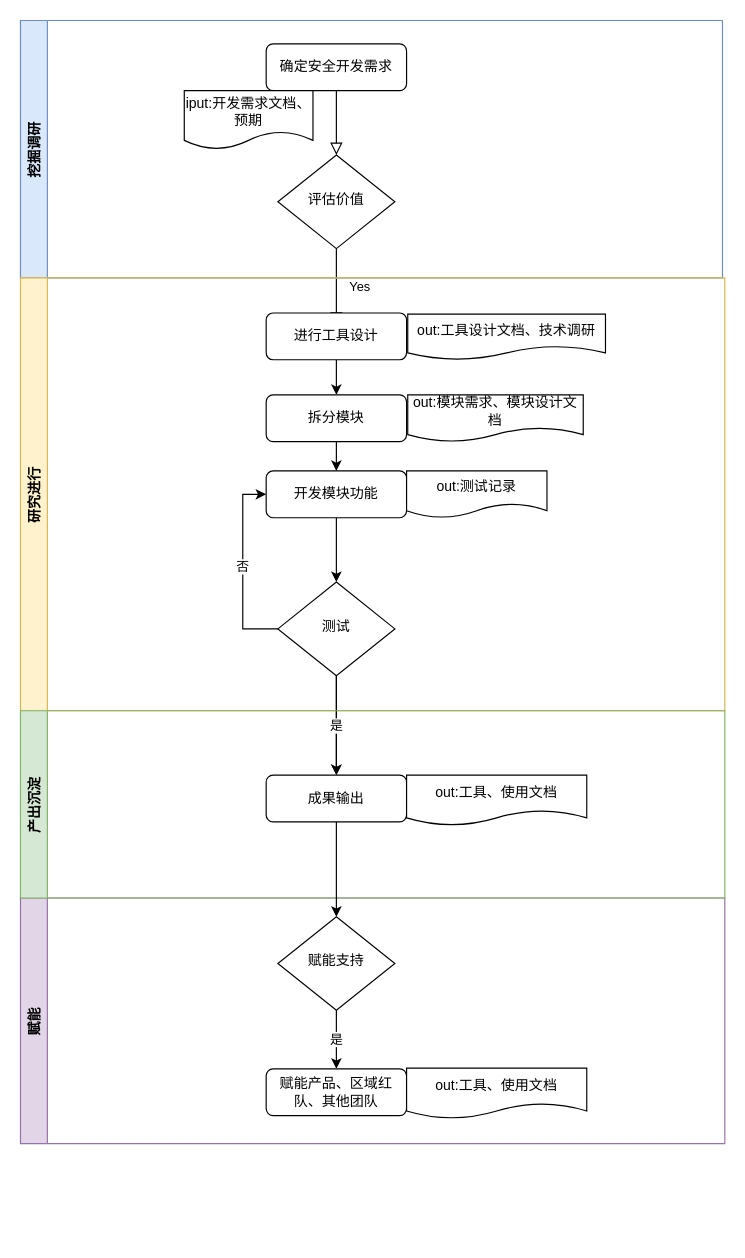
fate93930/acefile keeps this draw.io diagram as 安全工具开发.drawio. Above is the earlier version. Source tidied: cells renumbered, new cells numbered last; positions are measured from the earlier drawing's top-left corner, leaving out a move shared by most shapes. Both pictures are drawn from the tidied source at 117%, with x=0, y=0 at pixel (20, 20).
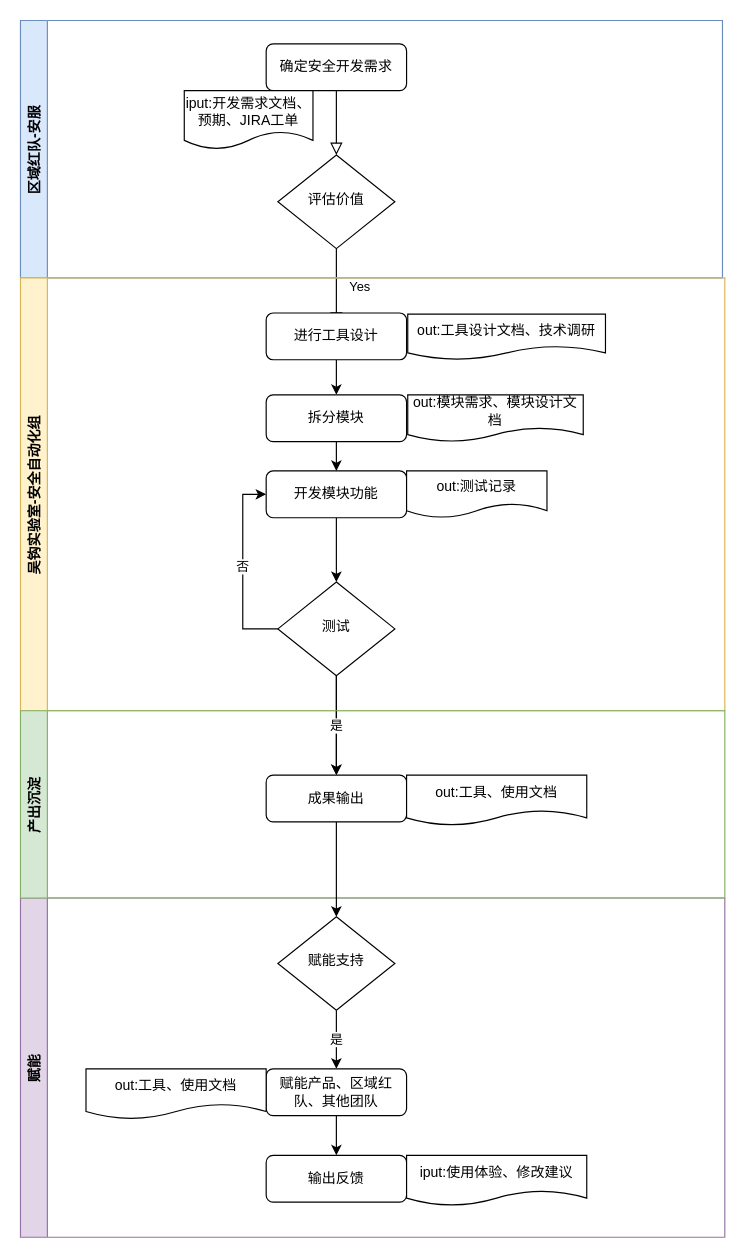
Above is the later version.

Commit message:
更新安全工具开发.drawio

Unchanged cells that the change refers to:
```xml
<mxCell id="23" value="赋能产品、区域红队、其他团队" style="rounded=1;whiteSpace=wrap;html=1;fontSize=12;glass=0;strokeWidth=1;shadow=0;verticalAlign=middle;align=center;" parent="20" vertex="1">
  <mxGeometry x="210" y="146" width="120" height="40" as="geometry" />
</mxCell>
```

The edit, as a diff of the source:
```diff
@@
-    <mxCell id="5" value="挖掘调研" style="swimlane;horizontal=0;fillColor=#dae8fc;strokeColor=#6c8ebf;verticalAlign=middle;align=center;" parent="1" vertex="1">
+    <mxCell id="5" value="区域红队-安服" style="swimlane;horizontal=0;fillColor=#dae8fc;strokeColor=#6c8ebf;verticalAlign=middle;align=center;" parent="1" vertex="1">
       <mxGeometry width="600" height="220" as="geometry" />
     </mxCell>
@@
-    <mxCell id="7" value="iput:开发需求文档、预期" style="shape=document;whiteSpace=wrap;html=1;boundedLbl=1;verticalAlign=middle;align=center;" parent="5" vertex="1">
+    <mxCell id="7" value="iput:开发需求文档、预期、JIRA工单" style="shape=document;whiteSpace=wrap;html=1;boundedLbl=1;verticalAlign=middle;align=center;" parent="5" vertex="1">
       <mxGeometry x="140" y="60" width="110" height="50" as="geometry" />
     </mxCell>
-    <mxCell id="8" value="研究进行" style="swimlane;horizontal=0;fillColor=#fff2cc;strokeColor=#d6b656;verticalAlign=middle;align=center;" parent="1" vertex="1">
+    <mxCell id="8" value="吴钩实验室-安全自动化组" style="swimlane;horizontal=0;fillColor=#fff2cc;strokeColor=#d6b656;verticalAlign=middle;align=center;" parent="1" vertex="1">
       <mxGeometry y="220" width="602" height="370" as="geometry" />
     </mxCell>
@@
     <mxCell id="20" value="赋能" style="swimlane;horizontal=0;align=center;verticalAlign=middle;fillColor=#e1d5e7;strokeColor=#9673a6;" parent="1" vertex="1">
-      <mxGeometry y="750" width="602" height="210" as="geometry" />
+      <mxGeometry y="750" width="602" height="290" as="geometry" />
     </mxCell>
@@
+    <mxCell id="31" style="edgeStyle=orthogonalEdgeStyle;rounded=0;jettySize=auto;html=1;" parent="20" edge="1" source="23" target="32">
+      <mxGeometry relative="1" as="geometry" />
+    </mxCell>
@@
     <mxCell id="24" value="out:工具、使用文档" style="shape=document;whiteSpace=wrap;html=1;boundedLbl=1;" parent="20" vertex="1">
-      <mxGeometry x="330" y="145.5" width="154" height="43" as="geometry" />
+      <mxGeometry x="56" y="146" width="154" height="43" as="geometry" />
     </mxCell>
+    <mxCell id="32" value="输出反馈" style="rounded=1;whiteSpace=wrap;html=1;fontSize=12;glass=0;strokeWidth=1;shadow=0;verticalAlign=middle;align=center;" parent="20" vertex="1">
+      <mxGeometry x="210" y="220" width="120" height="40" as="geometry" />
+    </mxCell>
+    <mxCell id="33" value="iput:使用体验、修改建议" style="shape=document;whiteSpace=wrap;html=1;boundedLbl=1;" parent="20" vertex="1">
+      <mxGeometry x="330" y="220" width="154" height="43" as="geometry" />
+    </mxCell>
```
